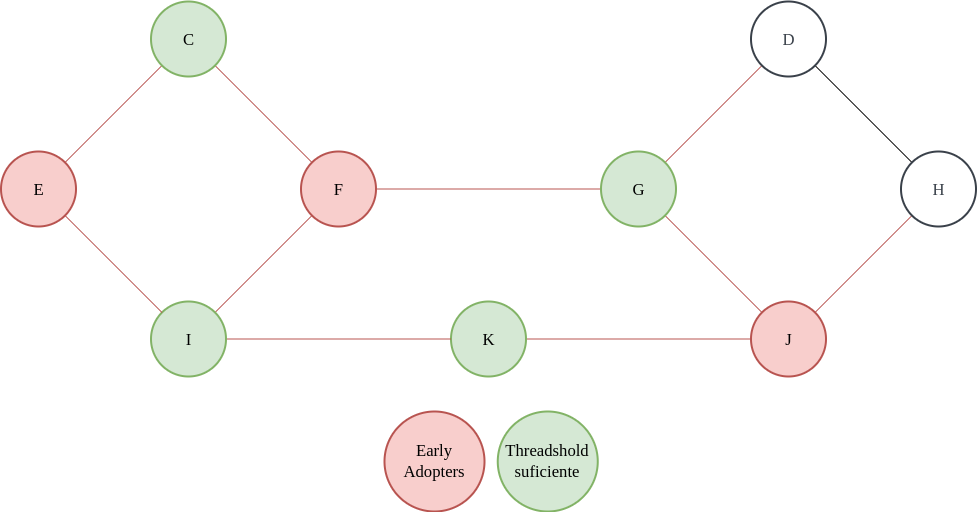
Before: parcialito_3/media/3-b1.png, a diagram exported from draw.io (amveiga/75.30-teoria_de_algoritmos_ii). Source tidied: cells renumbered, new cells last; positions are measured from the earlier drawing's top-left corner, leaving out a move shared by most shapes. Its diagram source:
```xml
<mxGraphModel>
  <root>
    <mxCell id="0" />
    <mxCell id="1" parent="0" />
    <mxCell id="2" style="edgeStyle=none;rounded=0;jettySize=auto;html=1;exitX=0;exitY=0;exitDx=0;exitDy=0;entryX=1;entryY=1;entryDx=0;entryDy=0;startArrow=none;startFill=0;endArrow=none;endFill=0;fillColor=#f8cecc;strokeColor=#b85450;" parent="1" edge="1" source="3" target="21">
      <mxGeometry relative="1" as="geometry" />
    </mxCell>
    <mxCell id="3" value="F" style="html=1;overflow=block;blockSpacing=1;whiteSpace=wrap;ellipse;fontSize=16.7;fontFamily=Droid Serif;spacing=3.8;strokeColor=#b85450;strokeOpacity=100;rounded=1;absoluteArcSize=1;arcSize=9;strokeWidth=2;fillColor=#f8cecc;" parent="1" vertex="1">
      <mxGeometry x="300.5" y="150" width="75" height="75" as="geometry" />
    </mxCell>
    <mxCell id="4" style="rounded=0;jettySize=auto;html=1;exitX=1;exitY=0;exitDx=0;exitDy=0;entryX=0;entryY=1;entryDx=0;entryDy=0;startArrow=none;startFill=0;endArrow=none;endFill=0;fillColor=#f8cecc;strokeColor=#b85450;" parent="1" edge="1" source="7" target="9">
      <mxGeometry relative="1" as="geometry" />
    </mxCell>
    <mxCell id="5" style="edgeStyle=none;rounded=0;jettySize=auto;html=1;exitX=1;exitY=1;exitDx=0;exitDy=0;startArrow=none;startFill=0;endArrow=none;endFill=0;fillColor=#f8cecc;strokeColor=#b85450;" parent="1" edge="1" source="7" target="12">
      <mxGeometry relative="1" as="geometry" />
    </mxCell>
    <mxCell id="6" style="edgeStyle=orthogonalEdgeStyle;rounded=0;jettySize=auto;html=1;exitX=0;exitY=0.5;exitDx=0;exitDy=0;entryX=1;entryY=0.5;entryDx=0;entryDy=0;strokeColor=#b85450;endArrow=none;endFill=0;fillColor=#f8cecc;" parent="1" edge="1" source="7" target="3">
      <mxGeometry relative="1" as="geometry" />
    </mxCell>
    <mxCell id="7" value="G" style="html=1;overflow=block;blockSpacing=1;whiteSpace=wrap;ellipse;fontSize=16.7;fontFamily=Droid Serif;spacing=3.8;strokeColor=#82b366;strokeOpacity=100;rounded=1;absoluteArcSize=1;arcSize=9;strokeWidth=2;fillColor=#d5e8d4;" parent="1" vertex="1">
      <mxGeometry x="600.5" y="150" width="75" height="75" as="geometry" />
    </mxCell>
    <mxCell id="8" style="edgeStyle=none;rounded=0;jettySize=auto;html=1;exitX=1;exitY=1;exitDx=0;exitDy=0;entryX=0;entryY=0;entryDx=0;entryDy=0;endArrow=none;endFill=0;" parent="1" edge="1" source="9" target="11">
      <mxGeometry relative="1" as="geometry" />
    </mxCell>
    <mxCell id="9" value="D" style="html=1;overflow=block;blockSpacing=1;whiteSpace=wrap;ellipse;fontSize=16.7;fontFamily=Droid Serif;fontColor=#3a414a;spacing=3.8;strokeColor=#3a414a;strokeOpacity=100;rounded=1;absoluteArcSize=1;arcSize=9;strokeWidth=2;" parent="1" vertex="1">
      <mxGeometry x="750.5" width="75" height="75" as="geometry" />
    </mxCell>
    <mxCell id="10" style="edgeStyle=none;rounded=0;jettySize=auto;html=1;exitX=0;exitY=1;exitDx=0;exitDy=0;entryX=1;entryY=0;entryDx=0;entryDy=0;startArrow=none;startFill=0;endArrow=none;endFill=0;fillColor=#f8cecc;strokeColor=#b85450;" parent="1" edge="1" source="11" target="12">
      <mxGeometry relative="1" as="geometry" />
    </mxCell>
    <mxCell id="11" value="H" style="html=1;overflow=block;blockSpacing=1;whiteSpace=wrap;ellipse;fontSize=16.7;fontFamily=Droid Serif;fontColor=#3a414a;spacing=3.8;strokeColor=#3a414a;strokeOpacity=100;rounded=1;absoluteArcSize=1;arcSize=9;strokeWidth=2;" parent="1" vertex="1">
      <mxGeometry x="900.5" y="150" width="75" height="75" as="geometry" />
    </mxCell>
    <mxCell id="12" value="J" style="html=1;overflow=block;blockSpacing=1;whiteSpace=wrap;ellipse;fontSize=16.7;fontFamily=Droid Serif;spacing=3.8;strokeColor=#b85450;strokeOpacity=100;rounded=1;absoluteArcSize=1;arcSize=9;strokeWidth=2;fillColor=#f8cecc;" parent="1" vertex="1">
      <mxGeometry x="750.5" y="300" width="75" height="75" as="geometry" />
    </mxCell>
    <mxCell id="13" style="edgeStyle=none;rounded=0;jettySize=auto;html=1;exitX=1;exitY=0.5;exitDx=0;exitDy=0;entryX=0;entryY=0.5;entryDx=0;entryDy=0;startArrow=none;startFill=0;endArrow=none;endFill=0;fillColor=#f8cecc;strokeColor=#b85450;" parent="1" edge="1" source="14" target="12">
      <mxGeometry relative="1" as="geometry" />
    </mxCell>
    <mxCell id="14" value="K" style="html=1;overflow=block;blockSpacing=1;whiteSpace=wrap;ellipse;fontSize=16.7;fontFamily=Droid Serif;spacing=3.8;strokeOpacity=100;rounded=1;absoluteArcSize=1;arcSize=9;strokeWidth=2;fillColor=#d5e8d4;strokeColor=#82b366;" parent="1" vertex="1">
      <mxGeometry x="450.5" y="300" width="75" height="75" as="geometry" />
    </mxCell>
    <mxCell id="15" style="edgeStyle=none;rounded=0;jettySize=auto;html=1;exitX=1;exitY=0;exitDx=0;exitDy=0;startArrow=none;startFill=0;endArrow=none;endFill=0;fillColor=#f8cecc;strokeColor=#b85450;" parent="1" edge="1" source="17" target="3">
      <mxGeometry relative="1" as="geometry" />
    </mxCell>
    <mxCell id="16" style="edgeStyle=none;rounded=0;jettySize=auto;html=1;exitX=1;exitY=0.5;exitDx=0;exitDy=0;entryX=0;entryY=0.5;entryDx=0;entryDy=0;startArrow=none;startFill=0;endArrow=none;endFill=0;fillColor=#f8cecc;strokeColor=#b85450;" parent="1" edge="1" source="17" target="14">
      <mxGeometry relative="1" as="geometry" />
    </mxCell>
    <mxCell id="17" value="I" style="html=1;overflow=block;blockSpacing=1;whiteSpace=wrap;ellipse;fontSize=16.7;fontFamily=Droid Serif;spacing=3.8;strokeColor=#82b366;strokeOpacity=100;rounded=1;absoluteArcSize=1;arcSize=9;strokeWidth=2;fillColor=#d5e8d4;" parent="1" vertex="1">
      <mxGeometry x="150.5" y="300" width="75" height="75" as="geometry" />
    </mxCell>
    <mxCell id="18" style="edgeStyle=none;rounded=0;jettySize=auto;html=1;exitX=1;exitY=1;exitDx=0;exitDy=0;startArrow=none;startFill=0;endArrow=none;endFill=0;fillColor=#f8cecc;strokeColor=#b85450;" parent="1" edge="1" source="19" target="17">
      <mxGeometry relative="1" as="geometry" />
    </mxCell>
    <mxCell id="19" value="E" style="html=1;overflow=block;blockSpacing=1;whiteSpace=wrap;ellipse;fontSize=16.7;fontFamily=Droid Serif;spacing=3.8;strokeColor=#b85450;strokeOpacity=100;rounded=1;absoluteArcSize=1;arcSize=9;strokeWidth=2;fillColor=#f8cecc;" parent="1" vertex="1">
      <mxGeometry x="0.5" y="150" width="75" height="75" as="geometry" />
    </mxCell>
    <mxCell id="20" style="edgeStyle=none;rounded=0;jettySize=auto;html=1;exitX=0;exitY=1;exitDx=0;exitDy=0;startArrow=none;startFill=0;endArrow=none;endFill=0;fillColor=#f8cecc;strokeColor=#b85450;" parent="1" edge="1" source="21" target="19">
      <mxGeometry relative="1" as="geometry" />
    </mxCell>
    <mxCell id="21" value="C" style="html=1;overflow=block;blockSpacing=1;whiteSpace=wrap;ellipse;fontSize=16.7;fontFamily=Droid Serif;spacing=3.8;strokeColor=#82b366;strokeOpacity=100;rounded=1;absoluteArcSize=1;arcSize=9;strokeWidth=2;fillColor=#d5e8d4;" parent="1" vertex="1">
      <mxGeometry x="150.5" width="75" height="75" as="geometry" />
    </mxCell>
    <mxCell id="22" value="Early Adopters" style="html=1;overflow=block;blockSpacing=1;whiteSpace=wrap;ellipse;fontSize=16.7;fontFamily=Droid Serif;spacing=3.8;strokeColor=#b85450;strokeOpacity=100;rounded=1;absoluteArcSize=1;arcSize=9;strokeWidth=2;fillColor=#f8cecc;" parent="1" vertex="1">
      <mxGeometry x="384" y="410" width="100" height="100" as="geometry" />
    </mxCell>
    <mxCell id="23" value="&lt;div style=&quot;&quot;&gt;&lt;span style=&quot;background-color: initial;&quot;&gt;Threadshold suficiente&lt;/span&gt;&lt;/div&gt;" style="html=1;overflow=block;blockSpacing=1;whiteSpace=wrap;ellipse;fontSize=16.7;fontFamily=Droid Serif;spacing=3.8;strokeColor=#82b366;strokeOpacity=100;rounded=1;absoluteArcSize=1;arcSize=9;strokeWidth=2;fillColor=#d5e8d4;align=center;" parent="1" vertex="1">
      <mxGeometry x="497.2" y="410" width="100" height="100" as="geometry" />
    </mxCell>
  </root>
</mxGraphModel>
```
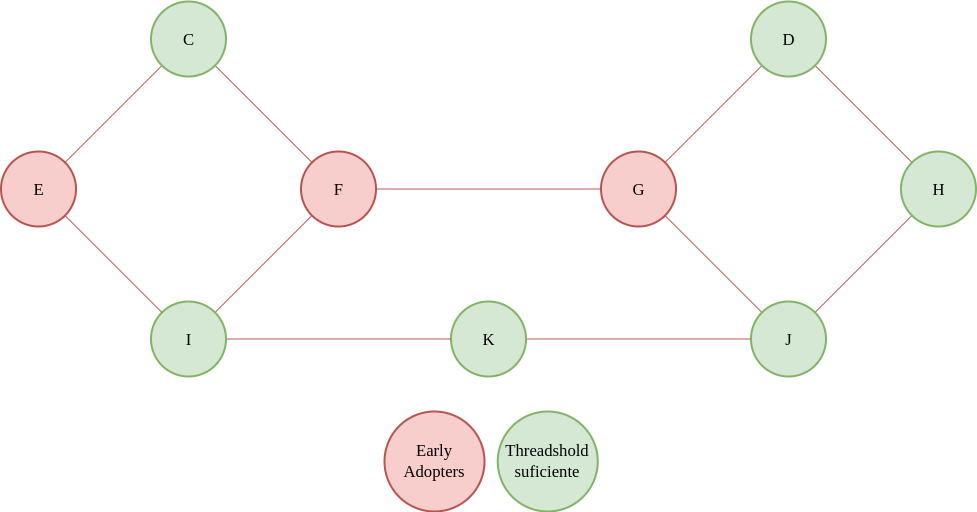
The same diagram one commit later.

Diff of the diagram source:
```diff
@@ -14,25 +14,25 @@
     <mxCell id="5" style="edgeStyle=none;rounded=0;jettySize=auto;html=1;exitX=1;exitY=1;exitDx=0;exitDy=0;startArrow=none;startFill=0;endArrow=none;endFill=0;fillColor=#f8cecc;strokeColor=#b85450;" parent="1" edge="1" source="7" target="12">
       <mxGeometry relative="1" as="geometry" />
     </mxCell>
-    <mxCell id="6" style="edgeStyle=orthogonalEdgeStyle;rounded=0;jettySize=auto;html=1;exitX=0;exitY=0.5;exitDx=0;exitDy=0;entryX=1;entryY=0.5;entryDx=0;entryDy=0;strokeColor=#b85450;endArrow=none;endFill=0;fillColor=#f8cecc;" parent="1" edge="1" source="7" target="3">
+    <mxCell id="6" style="edgeStyle=orthogonalEdgeStyle;rounded=0;jettySize=auto;html=1;exitX=0;exitY=0.5;exitDx=0;exitDy=0;entryX=1;entryY=0.5;entryDx=0;entryDy=0;endArrow=none;endFill=0;fillColor=#f8cecc;strokeColor=#b85450;" parent="1" edge="1" source="7" target="3">
       <mxGeometry relative="1" as="geometry" />
     </mxCell>
-    <mxCell id="7" value="G" style="html=1;overflow=block;blockSpacing=1;whiteSpace=wrap;ellipse;fontSize=16.7;fontFamily=Droid Serif;spacing=3.8;strokeColor=#82b366;strokeOpacity=100;rounded=1;absoluteArcSize=1;arcSize=9;strokeWidth=2;fillColor=#d5e8d4;" parent="1" vertex="1">
+    <mxCell id="7" value="G" style="html=1;overflow=block;blockSpacing=1;whiteSpace=wrap;ellipse;fontSize=16.7;fontFamily=Droid Serif;spacing=3.8;strokeOpacity=100;rounded=1;absoluteArcSize=1;arcSize=9;strokeWidth=2;fillColor=#f8cecc;strokeColor=#b85450;" parent="1" vertex="1">
       <mxGeometry x="600.5" y="150" width="75" height="75" as="geometry" />
     </mxCell>
-    <mxCell id="8" style="edgeStyle=none;rounded=0;jettySize=auto;html=1;exitX=1;exitY=1;exitDx=0;exitDy=0;entryX=0;entryY=0;entryDx=0;entryDy=0;endArrow=none;endFill=0;" parent="1" edge="1" source="9" target="11">
+    <mxCell id="8" style="edgeStyle=none;rounded=0;jettySize=auto;html=1;exitX=1;exitY=1;exitDx=0;exitDy=0;entryX=0;entryY=0;entryDx=0;entryDy=0;endArrow=none;endFill=0;fillColor=#f8cecc;strokeColor=#b85450;" parent="1" edge="1" source="9" target="11">
       <mxGeometry relative="1" as="geometry" />
     </mxCell>
-    <mxCell id="9" value="D" style="html=1;overflow=block;blockSpacing=1;whiteSpace=wrap;ellipse;fontSize=16.7;fontFamily=Droid Serif;fontColor=#3a414a;spacing=3.8;strokeColor=#3a414a;strokeOpacity=100;rounded=1;absoluteArcSize=1;arcSize=9;strokeWidth=2;" parent="1" vertex="1">
+    <mxCell id="9" value="D" style="html=1;overflow=block;blockSpacing=1;whiteSpace=wrap;ellipse;fontSize=16.7;fontFamily=Droid Serif;spacing=3.8;strokeOpacity=100;rounded=1;absoluteArcSize=1;arcSize=9;strokeWidth=2;fillColor=#d5e8d4;strokeColor=#82b366;" parent="1" vertex="1">
       <mxGeometry x="750.5" width="75" height="75" as="geometry" />
     </mxCell>
     <mxCell id="10" style="edgeStyle=none;rounded=0;jettySize=auto;html=1;exitX=0;exitY=1;exitDx=0;exitDy=0;entryX=1;entryY=0;entryDx=0;entryDy=0;startArrow=none;startFill=0;endArrow=none;endFill=0;fillColor=#f8cecc;strokeColor=#b85450;" parent="1" edge="1" source="11" target="12">
       <mxGeometry relative="1" as="geometry" />
     </mxCell>
-    <mxCell id="11" value="H" style="html=1;overflow=block;blockSpacing=1;whiteSpace=wrap;ellipse;fontSize=16.7;fontFamily=Droid Serif;fontColor=#3a414a;spacing=3.8;strokeColor=#3a414a;strokeOpacity=100;rounded=1;absoluteArcSize=1;arcSize=9;strokeWidth=2;" parent="1" vertex="1">
+    <mxCell id="11" value="H" style="html=1;overflow=block;blockSpacing=1;whiteSpace=wrap;ellipse;fontSize=16.7;fontFamily=Droid Serif;spacing=3.8;strokeOpacity=100;rounded=1;absoluteArcSize=1;arcSize=9;strokeWidth=2;fillColor=#d5e8d4;strokeColor=#82b366;" parent="1" vertex="1">
       <mxGeometry x="900.5" y="150" width="75" height="75" as="geometry" />
     </mxCell>
-    <mxCell id="12" value="J" style="html=1;overflow=block;blockSpacing=1;whiteSpace=wrap;ellipse;fontSize=16.7;fontFamily=Droid Serif;spacing=3.8;strokeColor=#b85450;strokeOpacity=100;rounded=1;absoluteArcSize=1;arcSize=9;strokeWidth=2;fillColor=#f8cecc;" parent="1" vertex="1">
+    <mxCell id="12" value="J" style="html=1;overflow=block;blockSpacing=1;whiteSpace=wrap;ellipse;fontSize=16.7;fontFamily=Droid Serif;spacing=3.8;strokeOpacity=100;rounded=1;absoluteArcSize=1;arcSize=9;strokeWidth=2;fillColor=#d5e8d4;strokeColor=#82b366;" parent="1" vertex="1">
       <mxGeometry x="750.5" y="300" width="75" height="75" as="geometry" />
     </mxCell>
     <mxCell id="13" style="edgeStyle=none;rounded=0;jettySize=auto;html=1;exitX=1;exitY=0.5;exitDx=0;exitDy=0;entryX=0;entryY=0.5;entryDx=0;entryDy=0;startArrow=none;startFill=0;endArrow=none;endFill=0;fillColor=#f8cecc;strokeColor=#b85450;" parent="1" edge="1" source="14" target="12">
```
